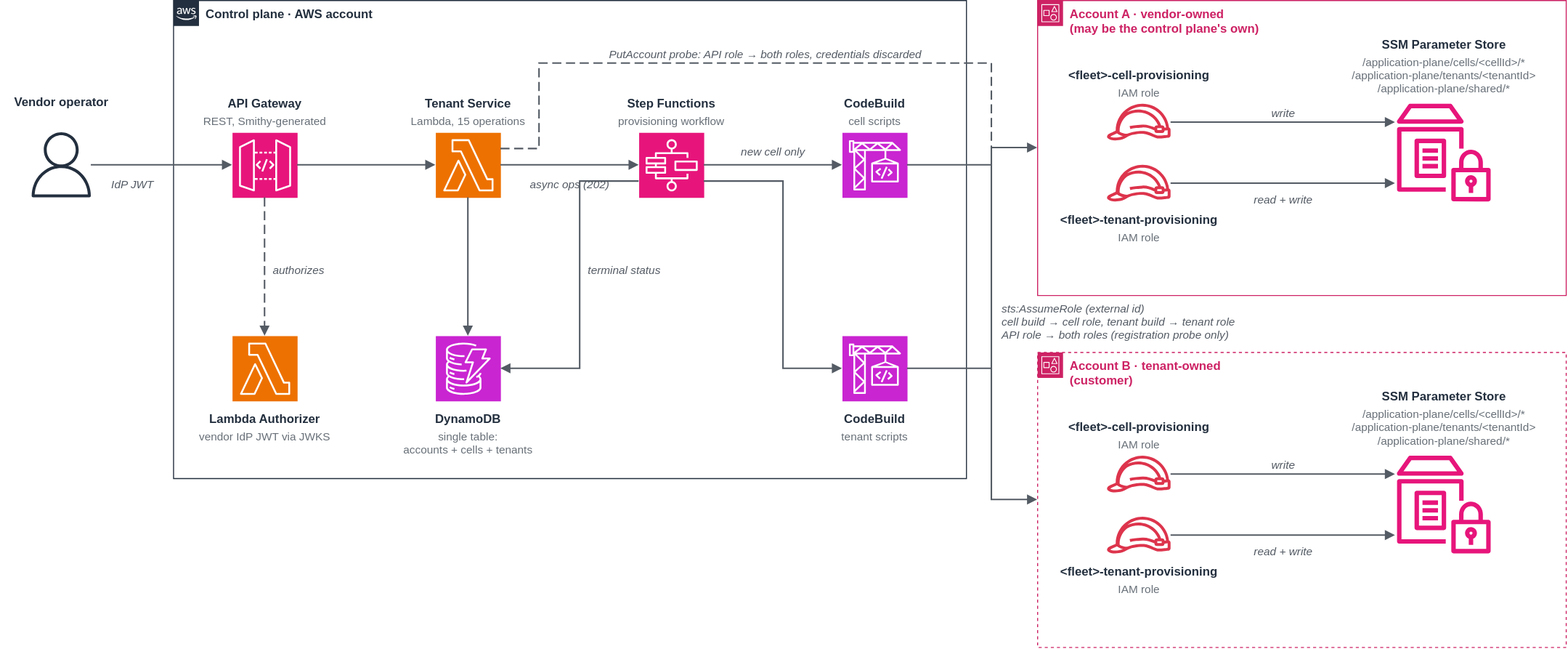
This is samples/control-plane/diagrams/control-plane.drawio.svg from aws-samples/sample-agentic-ai-acceleration-patterns, a draw.io export, as it was before one commit. Source tidied: cells renumbered, new cells last; positions are measured from the earlier drawing's top-left corner, leaving out a move shared by most shapes.
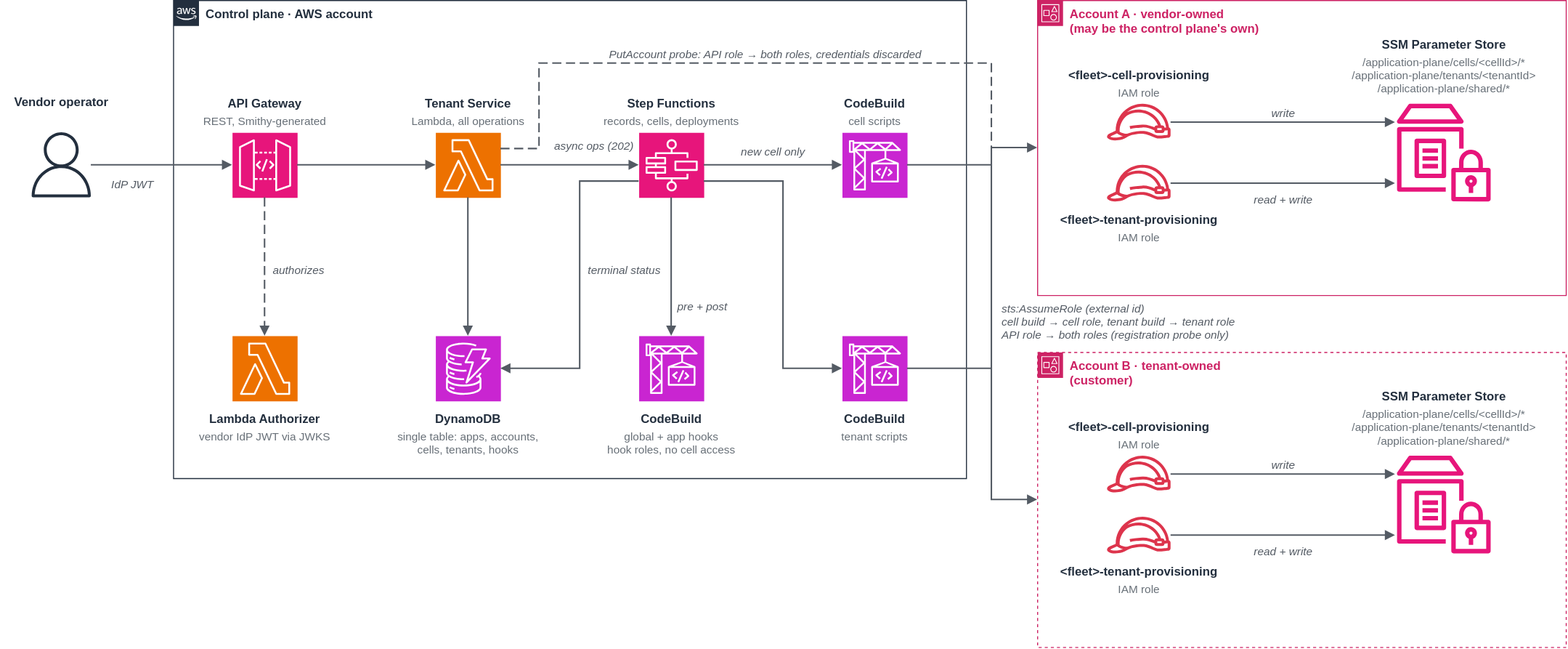
After the commit.

Diff of the diagram source:
```diff
@@ -20,7 +20,7 @@
     <mxCell id="7" value="Tenant Service" style="text;html=0;align=center;verticalAlign=top;fontSize=12;fontStyle=1;fontColor=#232F3E;spacing=0;spacingTop=0;" parent="2" vertex="1">
       <mxGeometry x="243.6" y="90" width="92.9" height="18" as="geometry" />
     </mxCell>
-    <mxCell id="8" value="Lambda, 15 operations" style="text;html=0;align=center;verticalAlign=top;fontSize=11;fontStyle=0;fontColor=#687078;spacing=0;spacingTop=0;" parent="2" vertex="1">
+    <mxCell id="8" value="Lambda, all operations" style="text;html=0;align=center;verticalAlign=top;fontSize=11;fontStyle=0;fontColor=#687078;spacing=0;spacingTop=0;" parent="2" vertex="1">
       <mxGeometry x="230" y="108" width="120.1" height="16" as="geometry" />
     </mxCell>
     <mxCell id="9" style="sketch=0;outlineConnect=0;fontColor=#232F3E;fillColor=#E7157B;strokeColor=#ffffff;dashed=0;html=0;fontSize=11;fontStyle=0;noLabel=1;shape=mxgraph.aws4.resourceIcon;resIcon=mxgraph.aws4.step_functions;" parent="2" vertex="1">
@@ -29,8 +29,8 @@
     <mxCell id="10" value="Step Functions" style="text;html=0;align=center;verticalAlign=top;fontSize=12;fontStyle=1;fontColor=#232F3E;spacing=0;spacingTop=0;" parent="2" vertex="1">
       <mxGeometry x="442.8" y="90" width="94.3" height="18" as="geometry" />
     </mxCell>
-    <mxCell id="11" value="provisioning workflow" style="text;html=0;align=center;verticalAlign=top;fontSize=11;fontStyle=0;fontColor=#687078;spacing=0;spacingTop=0;" parent="2" vertex="1">
-      <mxGeometry x="434" y="108" width="112" height="16" as="geometry" />
+    <mxCell id="11" value="records, cells, deployments" style="text;html=0;align=center;verticalAlign=top;fontSize=11;fontStyle=0;fontColor=#687078;spacing=0;spacingTop=0;" parent="2" vertex="1">
+      <mxGeometry x="410" y="108" width="160" height="16" as="geometry" />
     </mxCell>
     <mxCell id="12" style="sketch=0;outlineConnect=0;fontColor=#232F3E;fillColor=#C925D1;strokeColor=#ffffff;dashed=0;html=0;fontSize=11;fontStyle=0;noLabel=1;shape=mxgraph.aws4.resourceIcon;resIcon=mxgraph.aws4.codebuild;" parent="2" vertex="1">
       <mxGeometry x="658" y="130" width="64" height="64" as="geometry" />
@@ -56,8 +56,8 @@
     <mxCell id="19" value="DynamoDB" style="text;html=0;align=center;verticalAlign=top;fontSize=12;fontStyle=1;fontColor=#232F3E;spacing=0;spacingTop=0;" parent="2" vertex="1">
       <mxGeometry x="253.7" y="400" width="72.7" height="18" as="geometry" />
     </mxCell>
-    <mxCell id="20" value="single table:&#10;accounts + cells + tenants" style="text;html=0;align=center;verticalAlign=top;fontSize=11;fontStyle=0;fontColor=#687078;spacing=0;spacingTop=0;" parent="2" vertex="1">
-      <mxGeometry x="222.4" y="418" width="135.2" height="31" as="geometry" />
+    <mxCell id="20" value="single table: apps, accounts,&#10;cells, tenants, hooks" style="text;html=0;align=center;verticalAlign=top;fontSize=11;fontStyle=0;fontColor=#687078;spacing=0;spacingTop=0;" parent="2" vertex="1">
+      <mxGeometry x="200" y="418" width="180" height="31" as="geometry" />
     </mxCell>
     <mxCell id="21" style="sketch=0;outlineConnect=0;fontColor=#232F3E;fillColor=#C925D1;strokeColor=#ffffff;dashed=0;html=0;fontSize=11;fontStyle=0;noLabel=1;shape=mxgraph.aws4.resourceIcon;resIcon=mxgraph.aws4.codebuild;" parent="2" vertex="1">
       <mxGeometry x="658" y="330" width="64" height="64" as="geometry" />
@@ -68,6 +68,15 @@
     <mxCell id="23" value="tenant scripts" style="text;html=0;align=center;verticalAlign=top;fontSize=11;fontStyle=0;fontColor=#687078;spacing=0;spacingTop=0;" parent="2" vertex="1">
       <mxGeometry x="653.4" y="418" width="73.2" height="16" as="geometry" />
     </mxCell>
+    <mxCell id="74" style="sketch=0;outlineConnect=0;fontColor=#232F3E;fillColor=#C925D1;strokeColor=#ffffff;dashed=0;html=0;fontSize=11;fontStyle=0;noLabel=1;shape=mxgraph.aws4.resourceIcon;resIcon=mxgraph.aws4.codebuild;" parent="2" vertex="1">
+      <mxGeometry x="458" y="330" width="64" height="64" as="geometry" />
+    </mxCell>
+    <mxCell id="75" value="CodeBuild" style="text;html=0;align=center;verticalAlign=top;fontSize=12;fontStyle=1;fontColor=#232F3E;spacing=0;spacingTop=0;" parent="2" vertex="1">
+      <mxGeometry x="420" y="400" width="140" height="18" as="geometry" />
+    </mxCell>
+    <mxCell id="76" value="global + app hooks&#10;hook roles, no cell access" style="text;html=0;align=center;verticalAlign=top;fontSize=11;fontStyle=0;fontColor=#687078;spacing=0;spacingTop=0;" parent="2" vertex="1">
+      <mxGeometry x="405" y="418" width="170" height="31" as="geometry" />
+    </mxCell>
     <mxCell id="24" style="edgeStyle=orthogonalEdgeStyle;rounded=0;html=0;strokeColor=#545B64;strokeWidth=1.5;endArrow=block;endFill=1;exitX=1;exitY=0.5;entryX=0;entryY=0.5;" parent="2" edge="1" source="3" target="6">
       <mxGeometry relative="1" as="geometry" />
     </mxCell>
@@ -99,6 +108,9 @@
         </Array>
       </mxGeometry>
     </mxCell>
+    <mxCell id="77" style="edgeStyle=orthogonalEdgeStyle;rounded=0;html=0;strokeColor=#545B64;strokeWidth=1.5;endArrow=block;endFill=1;exitX=0.5;exitY=1;entryX=0.5;entryY=0;" parent="2" edge="1" source="9" target="74">
+      <mxGeometry relative="1" as="geometry" />
+    </mxCell>
     <mxCell id="31" value="Account A · vendor-owned&#10;(may be the control plane's own)" style="points=[[0,0],[0.25,0],[0.5,0],[0.75,0],[1,0],[1,0.25],[1,0.5],[1,0.75],[1,1],[0.75,1],[0.5,1],[0.25,1],[0,1],[0,0.75],[0,0.5],[0,0.25]];outlineConnect=0;gradientColor=none;html=0;fontSize=12;fontStyle=1;shape=mxgraph.aws4.group;grIcon=mxgraph.aws4.group_account;strokeColor=#CD2264;fillColor=none;verticalAlign=top;align=left;spacingLeft=30;fontColor=#CD2264;dashed=0;" parent="1" vertex="1">
       <mxGeometry x="1020" width="520" height="290" as="geometry" />
     </mxCell>
@@ -172,7 +184,7 @@
       <mxGeometry x="106" y="170" width="48" height="16" as="geometry" />
     </mxCell>
     <mxCell id="55" value="async ops (202)" style="text;html=0;align=center;verticalAlign=top;fontSize=11;fontStyle=2;fontColor=#545B64;spacing=0;spacingTop=0;" parent="1" vertex="1">
-      <mxGeometry x="518" y="170" width="84" height="16" as="geometry" />
+      <mxGeometry x="542" y="132" width="84" height="16" as="geometry" />
     </mxCell>
     <mxCell id="56" value="new cell only" style="text;html=0;align=center;verticalAlign=top;fontSize=11;fontStyle=2;fontColor=#545B64;spacing=0;spacingTop=0;" parent="1" vertex="1">
       <mxGeometry x="725.5" y="138" width="69" height="16" as="geometry" />
@@ -254,5 +266,8 @@
     <mxCell id="73" value="sts:AssumeRole (external id)&#10;cell build → cell role, tenant build → tenant role&#10;API role → both roles (registration probe only)" style="text;html=0;align=left;verticalAlign=top;fontSize=11;fontStyle=2;fontColor=#545B64;spacing=0;spacingTop=0;" parent="1" vertex="1">
       <mxGeometry x="985" y="292" width="235" height="48" as="geometry" />
     </mxCell>
+    <mxCell id="78" value="pre + post" style="text;html=0;align=left;verticalAlign=top;fontSize=11;fontStyle=2;fontColor=#545B64;spacing=0;spacingTop=0;" parent="1" vertex="1">
+      <mxGeometry x="666" y="290" width="60" height="16" as="geometry" />
+    </mxCell>
   </root>
 </mxGraphModel>
```
